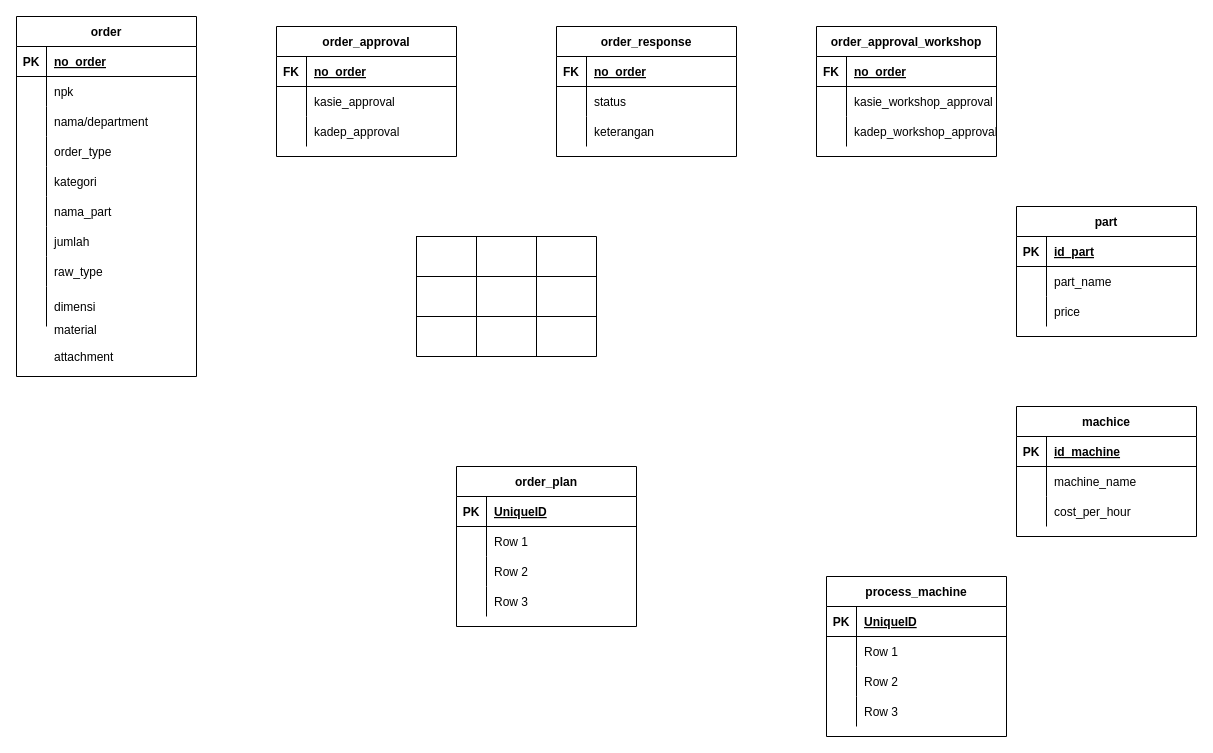
Above: page "DB Relation" (2 of 2) of Digitalisasi Workshop.drawio in ariefriski/digitalisasi-form-workshop (draw.io), before the change. Source tidied: cells renumbered, new cells numbered last; positions are measured from the earlier drawing's top-left corner, leaving out a move shared by most shapes. Both pictures are drawn from the tidied source at 100%, with x=0, y=0 at pixel (16, 16).
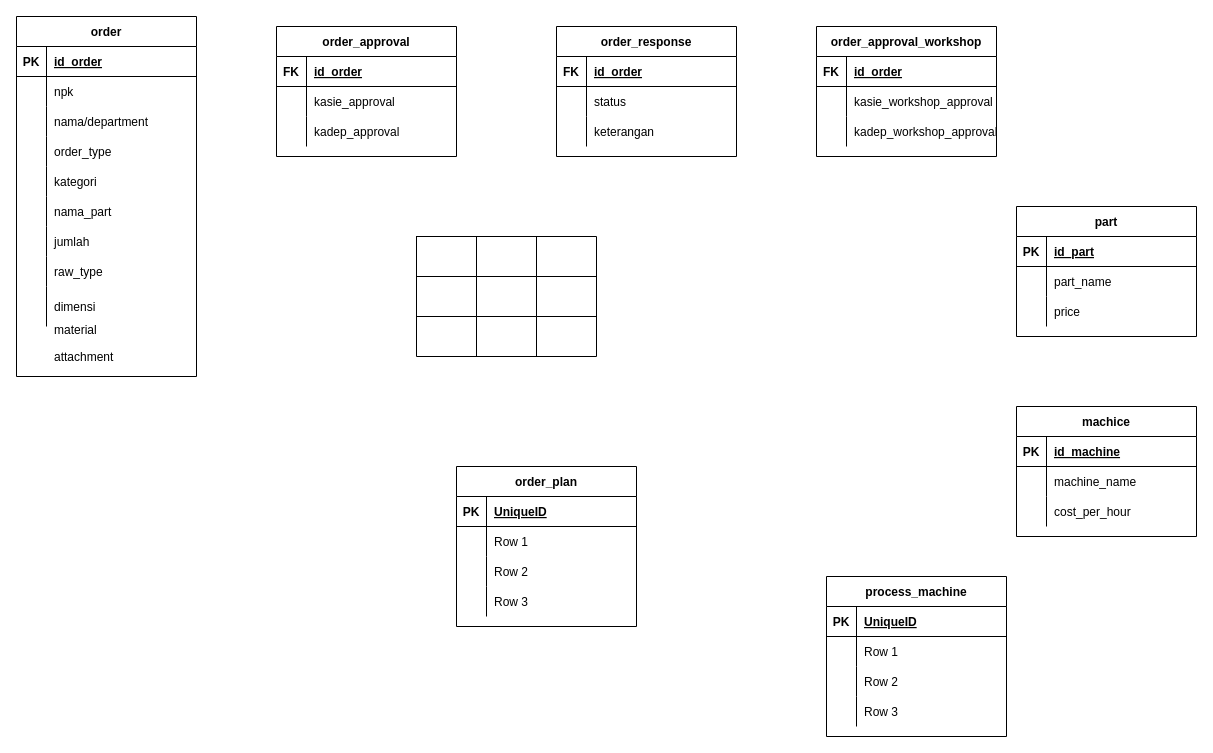
The same diagram, later.

The change refers to these unchanged cells:
```xml
<mxCell id="3" style="shape=tableRow;horizontal=0;startSize=0;swimlaneHead=0;swimlaneBody=0;fillColor=none;top=0;left=0;right=0;bottom=1;" parent="2" vertex="1">
  <mxGeometry y="30" width="180" height="30" as="geometry" />
</mxCell>
<mxCell id="31" style="shape=tableRow;horizontal=0;startSize=0;swimlaneHead=0;swimlaneBody=0;fillColor=none;top=0;left=0;right=0;bottom=1;" parent="30" vertex="1">
  <mxGeometry y="30" width="180" height="30" as="geometry" />
</mxCell>
<mxCell id="41" style="shape=tableRow;horizontal=0;startSize=0;swimlaneHead=0;swimlaneBody=0;fillColor=none;top=0;left=0;right=0;bottom=1;" parent="40" vertex="1">
  <mxGeometry y="30" width="180" height="30" as="geometry" />
</mxCell>
<mxCell id="51" style="shape=tableRow;horizontal=0;startSize=0;swimlaneHead=0;swimlaneBody=0;fillColor=none;top=0;left=0;right=0;bottom=1;" parent="50" vertex="1">
  <mxGeometry y="30" width="180" height="30" as="geometry" />
</mxCell>
```

Diff of the diagram source:
```diff
@@
-    <mxCell id="5" value="no_order" style="shape=partialRectangle;fillColor=none;top=0;left=0;bottom=0;right=0;align=left;spacingLeft=6;fontStyle=5;overflow=hidden;" parent="3" vertex="1">
+    <mxCell id="5" value="id_order" style="shape=partialRectangle;fillColor=none;top=0;left=0;bottom=0;right=0;align=left;spacingLeft=6;fontStyle=5;overflow=hidden;" parent="3" vertex="1">
       <mxGeometry x="30" width="150" height="30" as="geometry" />
     </mxCell>
@@
-    <mxCell id="33" value="no_order" style="shape=partialRectangle;fillColor=none;top=0;left=0;bottom=0;right=0;align=left;spacingLeft=6;fontStyle=5;overflow=hidden;" parent="31" vertex="1">
+    <mxCell id="33" value="id_order" style="shape=partialRectangle;fillColor=none;top=0;left=0;bottom=0;right=0;align=left;spacingLeft=6;fontStyle=5;overflow=hidden;" parent="31" vertex="1">
       <mxGeometry x="30" width="150" height="30" as="geometry" />
     </mxCell>
@@
-    <mxCell id="43" value="no_order" style="shape=partialRectangle;fillColor=none;top=0;left=0;bottom=0;right=0;align=left;spacingLeft=6;fontStyle=5;overflow=hidden;" parent="41" vertex="1">
+    <mxCell id="43" value="id_order" style="shape=partialRectangle;fillColor=none;top=0;left=0;bottom=0;right=0;align=left;spacingLeft=6;fontStyle=5;overflow=hidden;" parent="41" vertex="1">
       <mxGeometry x="30" width="150" height="30" as="geometry" />
     </mxCell>
@@
-    <mxCell id="53" value="no_order" style="shape=partialRectangle;fillColor=none;top=0;left=0;bottom=0;right=0;align=left;spacingLeft=6;fontStyle=5;overflow=hidden;" parent="51" vertex="1">
+    <mxCell id="53" value="id_order" style="shape=partialRectangle;fillColor=none;top=0;left=0;bottom=0;right=0;align=left;spacingLeft=6;fontStyle=5;overflow=hidden;" parent="51" vertex="1">
       <mxGeometry x="30" width="150" height="30" as="geometry" />
     </mxCell>
```
